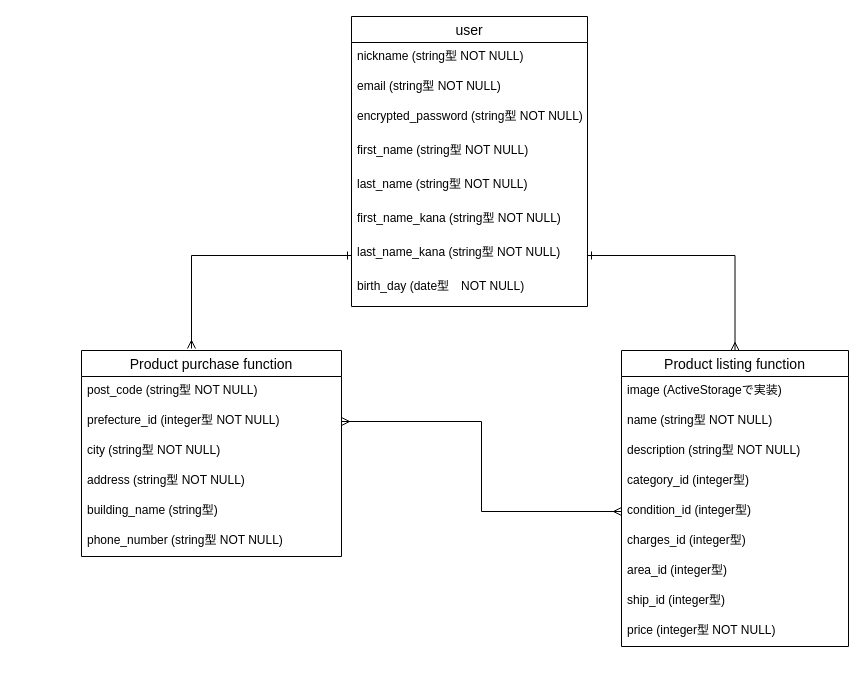
ocha185/furima-33547 keeps this draw.io diagram as furima.dio. Above is the earlier version. Source tidied: cells renumbered, new cells numbered last; positions are measured from the earlier drawing's top-left corner, leaving out a move shared by most shapes. Both pictures are drawn from the tidied source at 100%, with x=0, y=0 at pixel (81, 16).
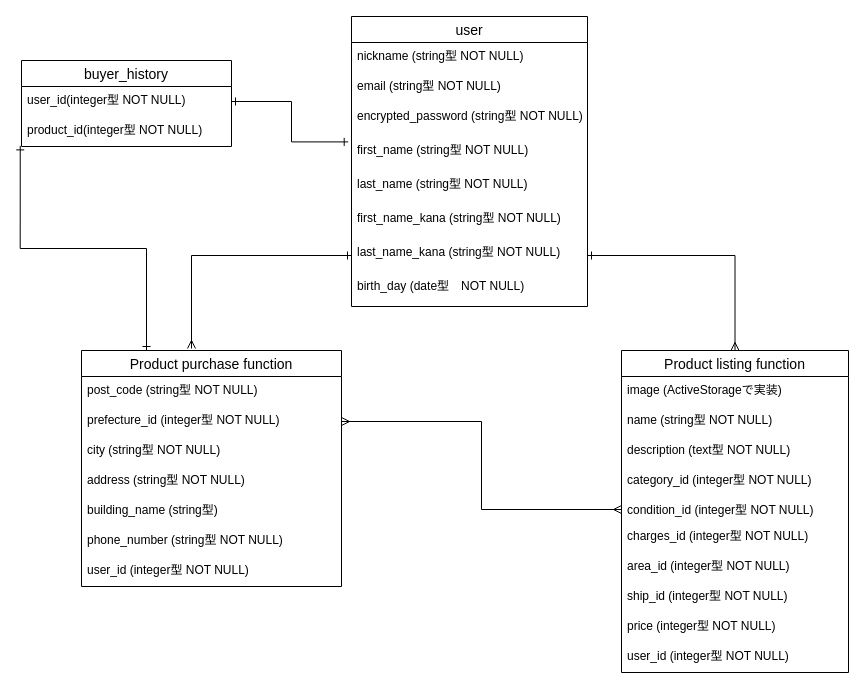
The same page after the edit.

Commit message (it also covers changes not shown here):
データベースの修正2

The change refers to these unchanged cells:
```xml
<mxCell id="6" value="first_name (string型 NOT NULL)" style="text;strokeColor=none;fillColor=none;spacingLeft=4;spacingRight=4;overflow=hidden;points=[[0,0.5],[1,0.5]];portConstraint=eastwest;fontSize=12;" parent="2" vertex="1">
  <mxGeometry y="120" width="236" height="34" as="geometry" />
</mxCell>
```

Diff of the diagram source:
```diff
@@
     <mxCell id="11" value="Product listing function" style="swimlane;fontStyle=0;horizontal=1;startSize=26;align=center;fontSize=14;" parent="1" vertex="1">
-      <mxGeometry x="540" y="334" width="227" height="296" as="geometry" />
+      <mxGeometry x="540" y="334" width="227" height="322" as="geometry" />
     </mxCell>
@@
-    <mxCell id="14" value="description (string型 NOT NULL)" style="text;strokeColor=none;fillColor=none;spacingLeft=4;spacingRight=4;overflow=hidden;fontSize=12;" parent="11" vertex="1">
+    <mxCell id="14" value="description (text型 NOT NULL)" style="text;strokeColor=none;fillColor=none;spacingLeft=4;spacingRight=4;overflow=hidden;fontSize=12;" parent="11" vertex="1">
       <mxGeometry y="86" width="227" height="30" as="geometry" />
     </mxCell>
-    <mxCell id="15" value="category_id (integer型) " style="text;strokeColor=none;fillColor=none;spacingLeft=4;spacingRight=4;overflow=hidden;fontSize=12;" parent="11" vertex="1">
+    <mxCell id="15" value="category_id (integer型 NOT NULL) " style="text;strokeColor=none;fillColor=none;spacingLeft=4;spacingRight=4;overflow=hidden;fontSize=12;" parent="11" vertex="1">
       <mxGeometry y="116" width="227" height="30" as="geometry" />
     </mxCell>
-    <mxCell id="16" value="condition_id (integer型) " style="text;strokeColor=none;fillColor=none;spacingLeft=4;spacingRight=4;overflow=hidden;points=[[0,0.5],[1,0.5]];portConstraint=eastwest;fontSize=12;" parent="11" vertex="1">
-      <mxGeometry y="146" width="227" height="30" as="geometry" />
+    <mxCell id="16" value="condition_id (integer型 NOT NULL) " style="text;strokeColor=none;fillColor=none;spacingLeft=4;spacingRight=4;overflow=hidden;points=[[0,0.5],[1,0.5]];portConstraint=eastwest;fontSize=12;" parent="11" vertex="1">
+      <mxGeometry y="146" width="227" height="26" as="geometry" />
     </mxCell>
-    <mxCell id="17" value="charges_id (integer型)" style="text;strokeColor=none;fillColor=none;spacingLeft=4;spacingRight=4;overflow=hidden;fontSize=12;" parent="11" vertex="1">
-      <mxGeometry y="176" width="227" height="30" as="geometry" />
+    <mxCell id="17" value="charges_id (integer型 NOT NULL)" style="text;strokeColor=none;fillColor=none;spacingLeft=4;spacingRight=4;overflow=hidden;fontSize=12;" parent="11" vertex="1">
+      <mxGeometry y="172" width="227" height="30" as="geometry" />
     </mxCell>
-    <mxCell id="18" value="area_id (integer型)  " style="text;strokeColor=none;fillColor=none;spacingLeft=4;spacingRight=4;overflow=hidden;fontSize=12;" parent="11" vertex="1">
-      <mxGeometry y="206" width="227" height="30" as="geometry" />
+    <mxCell id="18" value="area_id (integer型 NOT NULL)  " style="text;strokeColor=none;fillColor=none;spacingLeft=4;spacingRight=4;overflow=hidden;fontSize=12;" parent="11" vertex="1">
+      <mxGeometry y="202" width="227" height="30" as="geometry" />
     </mxCell>
-    <mxCell id="19" value="ship_id (integer型)  " style="text;strokeColor=none;fillColor=none;spacingLeft=4;spacingRight=4;overflow=hidden;fontSize=12;" parent="11" vertex="1">
-      <mxGeometry y="236" width="227" height="30" as="geometry" />
+    <mxCell id="19" value="ship_id (integer型 NOT NULL)  " style="text;strokeColor=none;fillColor=none;spacingLeft=4;spacingRight=4;overflow=hidden;fontSize=12;" parent="11" vertex="1">
+      <mxGeometry y="232" width="227" height="30" as="geometry" />
     </mxCell>
     <mxCell id="20" value="price (integer型 NOT NULL) " style="text;strokeColor=none;fillColor=none;spacingLeft=4;spacingRight=4;overflow=hidden;fontSize=12;" parent="11" vertex="1">
-      <mxGeometry y="266" width="227" height="30" as="geometry" />
+      <mxGeometry y="262" width="227" height="30" as="geometry" />
     </mxCell>
+    <mxCell id="31" value="user_id (integer型 NOT NULL)" style="text;strokeColor=none;fillColor=none;spacingLeft=4;spacingRight=4;overflow=hidden;fontSize=12;" parent="11" vertex="1">
+      <mxGeometry y="292" width="227" height="30" as="geometry" />
+    </mxCell>
+    <mxCell id="32" style="edgeStyle=orthogonalEdgeStyle;rounded=0;jettySize=auto;html=1;exitX=0.25;exitY=0;exitDx=0;exitDy=0;entryX=-0.006;entryY=0.98;entryDx=0;entryDy=0;entryPerimeter=0;startArrow=ERone;startFill=0;endArrow=ERone;endFill=0;" parent="1" edge="1" source="21" target="36">
+      <mxGeometry relative="1" as="geometry" />
+    </mxCell>
     <mxCell id="21" value="Product purchase function" style="swimlane;fontStyle=0;horizontal=1;startSize=26;align=center;fontSize=14;" parent="1" vertex="1">
-      <mxGeometry y="334" width="260" height="206" as="geometry" />
+      <mxGeometry y="334" width="260" height="236" as="geometry" />
     </mxCell>
@@
+    <mxCell id="33" value="user_id (integer型 NOT NULL)" style="text;strokeColor=none;fillColor=none;spacingLeft=4;spacingRight=4;overflow=hidden;fontSize=12;" parent="21" vertex="1">
+      <mxGeometry y="206" width="260" height="30" as="geometry" />
+    </mxCell>
@@
+    <mxCell id="34" value="buyer_history" style="swimlane;fontStyle=0;horizontal=1;startSize=26;align=center;fontSize=14;" parent="1" vertex="1">
+      <mxGeometry x="-60" y="44" width="210" height="86" as="geometry" />
+    </mxCell>
+    <mxCell id="35" value="user_id(integer型 NOT NULL) " style="text;strokeColor=none;fillColor=none;spacingLeft=4;spacingRight=4;overflow=hidden;points=[[0,0.5],[1,0.5]];portConstraint=eastwest;fontSize=12;" parent="34" vertex="1">
+      <mxGeometry y="26" width="210" height="30" as="geometry" />
+    </mxCell>
+    <mxCell id="36" value="product_id(integer型 NOT NULL)" style="text;strokeColor=none;fillColor=none;spacingLeft=4;spacingRight=4;overflow=hidden;points=[[0,0.5],[1,0.5]];portConstraint=eastwest;fontSize=12;" parent="34" vertex="1">
+      <mxGeometry y="56" width="210" height="30" as="geometry" />
+    </mxCell>
+    <mxCell id="37" style="edgeStyle=orthogonalEdgeStyle;rounded=0;jettySize=auto;html=1;exitX=1;exitY=0.5;exitDx=0;exitDy=0;entryX=-0.014;entryY=0.159;entryDx=0;entryDy=0;entryPerimeter=0;startArrow=ERone;startFill=0;endArrow=ERone;endFill=0;" parent="1" edge="1" source="35" target="6">
+      <mxGeometry relative="1" as="geometry" />
+    </mxCell>
```
